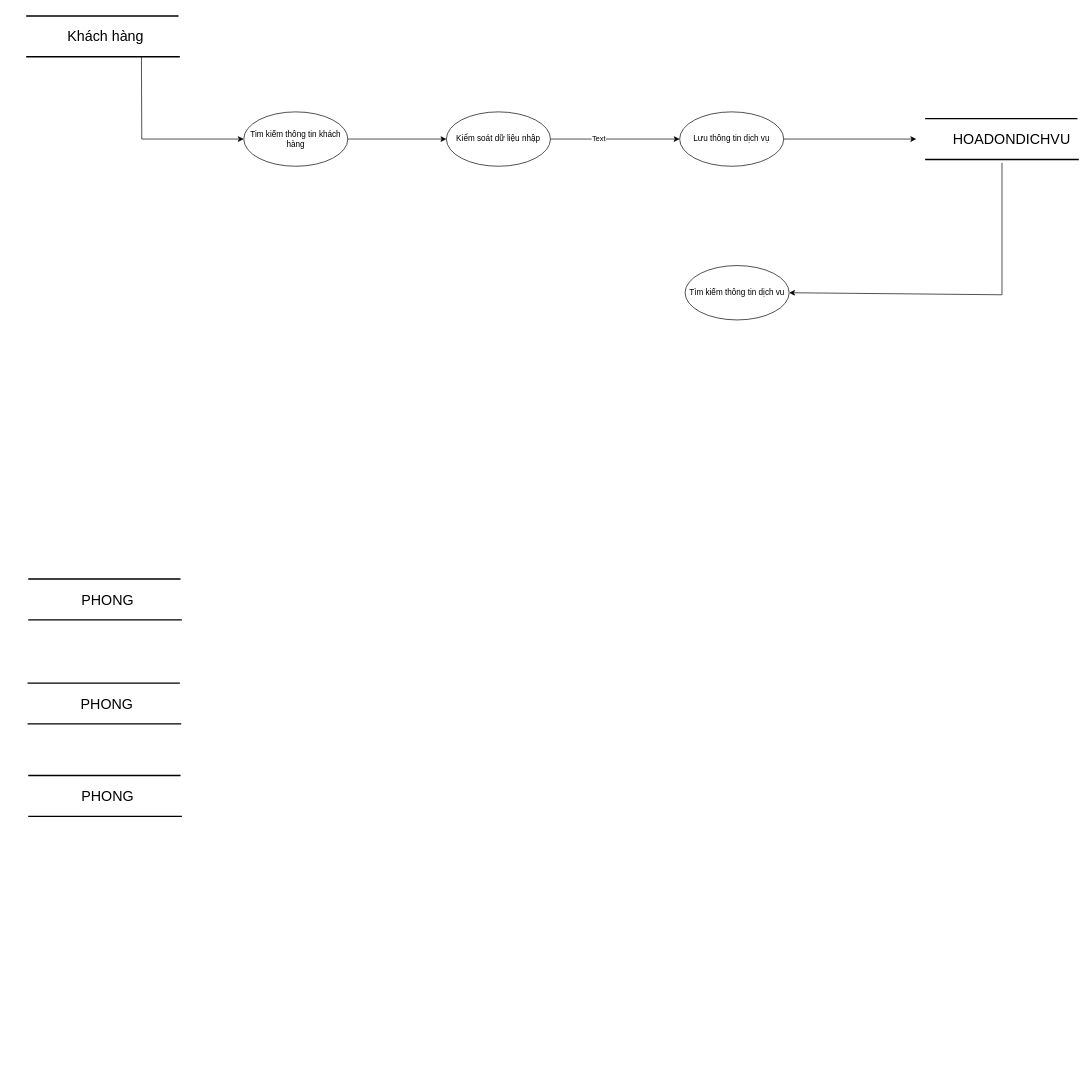
Before: chart_5.drawio in gakucode0602/Chart, a draw.io diagram. Source tidied: cells renumbered, new cells numbered last; positions are measured from the earlier drawing's top-left corner, leaving out a move shared by most shapes. Both pictures are drawn from the tidied source at 68%, with x=0, y=0 at pixel (26, 12).
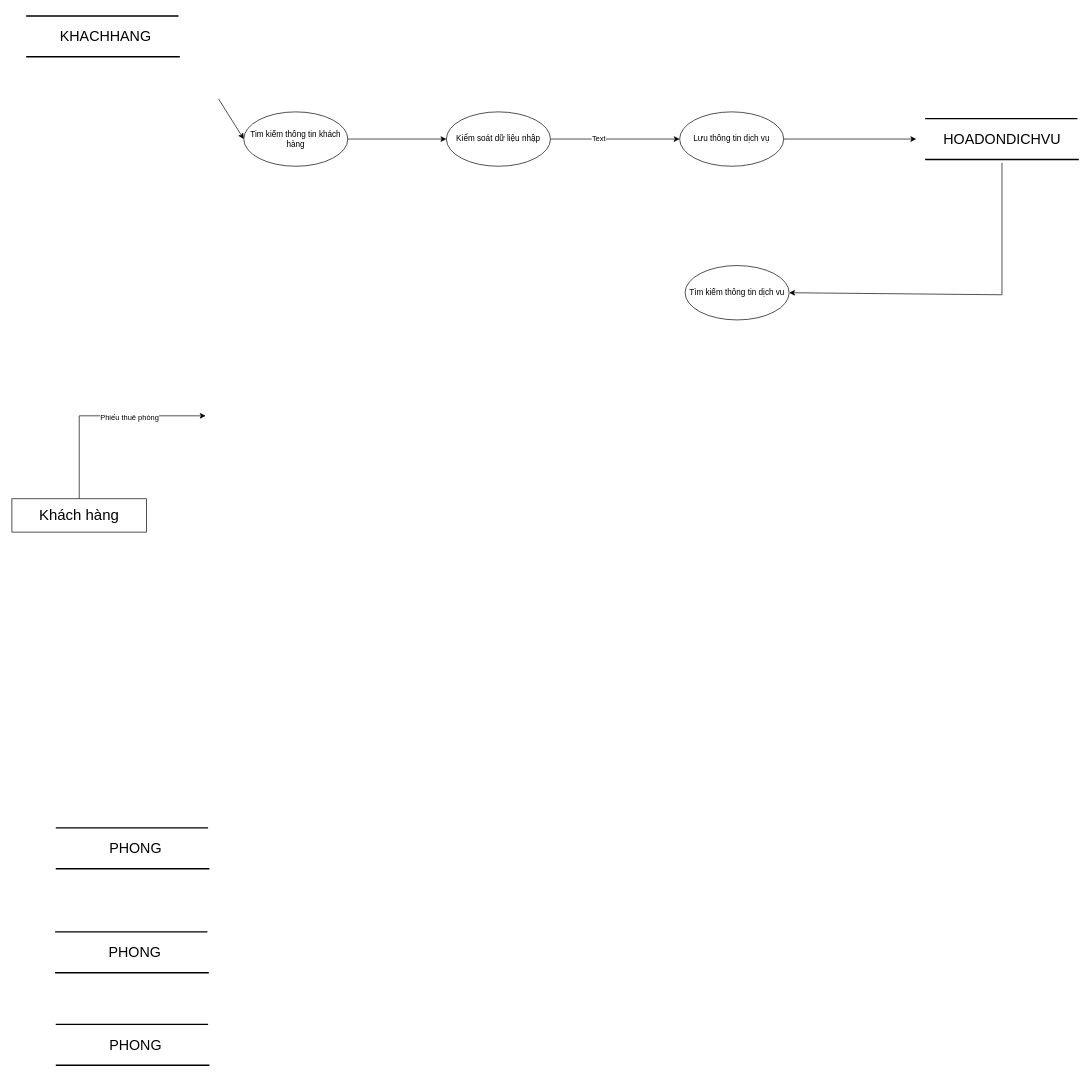
After the change.

Commit message:
Cập nhật chart_5.drawio

Unchanged cells that the change refers to:
```xml
<mxCell id="8" style="line;strokeWidth=2;html=1;" parent="1" vertex="1">
  <mxGeometry y="60" width="226" height="10" as="geometry" />
</mxCell>
<mxCell id="20" value="Tim kiếm thông tin khách hàng" style="ellipse;whiteSpace=wrap;html=1;" parent="1" vertex="1">
  <mxGeometry x="320" y="146" width="153" height="80" as="geometry" />
</mxCell>
```

The edit, as a diff of the source:
```diff
@@
     <mxCell id="5" value="HOADONDICHVU" style="text;html=1;align=center;verticalAlign=middle;whiteSpace=wrap;rounded=0;fontSize=21;" parent="1" vertex="1">
-      <mxGeometry x="1368" y="171" width="163" height="30" as="geometry" />
+      <mxGeometry x="1353.5" y="171" width="163" height="30" as="geometry" />
     </mxCell>
@@
-    <mxCell id="7" style="rounded=0;jettySize=auto;html=1;entryX=0;entryY=0.5;entryDx=0;entryDy=0;exitX=0.75;exitY=0.5;exitDx=0;exitDy=0;exitPerimeter=0;" parent="1" edge="1" source="8" target="20">
+    <mxCell id="7" style="rounded=0;jettySize=auto;html=1;entryX=0;entryY=0.5;entryDx=0;entryDy=0;" parent="1" edge="1" target="20">
       <mxGeometry relative="1" as="geometry">
-        <Array as="points">
-          <mxPoint x="170" y="186" />
-        </Array>
+        <mxPoint x="283" y="127" as="sourcePoint" />
       </mxGeometry>
     </mxCell>
@@
-    <mxCell id="9" value="Khách hàng" style="text;html=1;align=center;verticalAlign=middle;whiteSpace=wrap;rounded=0;fontSize=21;" parent="1" vertex="1">
+    <mxCell id="9" value="KHACHHANG" style="text;html=1;align=center;verticalAlign=middle;whiteSpace=wrap;rounded=0;fontSize=21;" parent="1" vertex="1">
       <mxGeometry x="46" y="20" width="142" height="30" as="geometry" />
     </mxCell>
     <mxCell id="10" style="line;strokeWidth=2;html=1;" parent="1" vertex="1">
-      <mxGeometry x="3" y="828" width="224" height="10" as="geometry" />
+      <mxGeometry x="43.5" y="1194" width="224" height="10" as="geometry" />
     </mxCell>
     <mxCell id="11" style="line;strokeWidth=2;html=1;" parent="1" vertex="1">
-      <mxGeometry x="3" y="888" width="226" height="10" as="geometry" />
+      <mxGeometry x="43.5" y="1254" width="226" height="10" as="geometry" />
     </mxCell>
     <mxCell id="12" value="&lt;span style=&quot;font-size: 21px;&quot;&gt;PHONG&lt;/span&gt;" style="text;html=1;align=center;verticalAlign=middle;whiteSpace=wrap;rounded=0;fontSize=21;" parent="1" vertex="1">
-      <mxGeometry x="49" y="848" width="142" height="30" as="geometry" />
+      <mxGeometry x="89.5" y="1214" width="142" height="30" as="geometry" />
     </mxCell>
     <mxCell id="13" style="line;strokeWidth=2;html=1;" parent="1" vertex="1">
-      <mxGeometry x="2" y="981" width="224" height="10" as="geometry" />
+      <mxGeometry x="42.5" y="1347" width="224" height="10" as="geometry" />
     </mxCell>
     <mxCell id="14" style="line;strokeWidth=2;html=1;" parent="1" vertex="1">
-      <mxGeometry x="2" y="1041" width="226" height="10" as="geometry" />
+      <mxGeometry x="42.5" y="1407" width="226" height="10" as="geometry" />
     </mxCell>
     <mxCell id="15" value="&lt;span style=&quot;font-size: 21px;&quot;&gt;PHONG&lt;/span&gt;" style="text;html=1;align=center;verticalAlign=middle;whiteSpace=wrap;rounded=0;fontSize=21;" parent="1" vertex="1">
-      <mxGeometry x="48" y="1001" width="142" height="30" as="geometry" />
+      <mxGeometry x="88.5" y="1367" width="142" height="30" as="geometry" />
     </mxCell>
     <mxCell id="16" style="line;strokeWidth=2;html=1;" parent="1" vertex="1">
-      <mxGeometry x="3" y="1117" width="224" height="10" as="geometry" />
+      <mxGeometry x="43.5" y="1483" width="224" height="10" as="geometry" />
     </mxCell>
     <mxCell id="17" style="line;strokeWidth=2;html=1;" parent="1" vertex="1">
-      <mxGeometry x="3" y="1177" width="226" height="10" as="geometry" />
+      <mxGeometry x="43.5" y="1543" width="226" height="10" as="geometry" />
     </mxCell>
     <mxCell id="18" value="&lt;span style=&quot;font-size: 21px;&quot;&gt;PHONG&lt;/span&gt;" style="text;html=1;align=center;verticalAlign=middle;whiteSpace=wrap;rounded=0;fontSize=21;" parent="1" vertex="1">
-      <mxGeometry x="49" y="1137" width="142" height="30" as="geometry" />
+      <mxGeometry x="89.5" y="1503" width="142" height="30" as="geometry" />
     </mxCell>
@@
+    <mxCell id="27" style="rounded=0;jettySize=auto;html=1;" parent="1" edge="1" source="29">
+      <mxGeometry relative="1" as="geometry">
+        <mxPoint x="264" y="593" as="targetPoint" />
+        <Array as="points">
+          <mxPoint x="78" y="593" />
+        </Array>
+      </mxGeometry>
+    </mxCell>
+    <mxCell id="28" value="Phiếu thuê phòng" style="edgeLabel;html=1;align=center;verticalAlign=middle;" parent="27" vertex="1">
+      <mxGeometry x="0.04" y="-3" relative="1" as="geometry">
+        <mxPoint x="35" y="-2" as="offset" />
+      </mxGeometry>
+    </mxCell>
+    <mxCell id="29" value="&lt;font style=&quot;font-size: 22px;&quot;&gt;Khách hàng&lt;/font&gt;" style="rounded=0;whiteSpace=wrap;html=1;" parent="1" vertex="1">
+      <mxGeometry x="-21" y="715" width="198" height="49" as="geometry" />
+    </mxCell>
```
